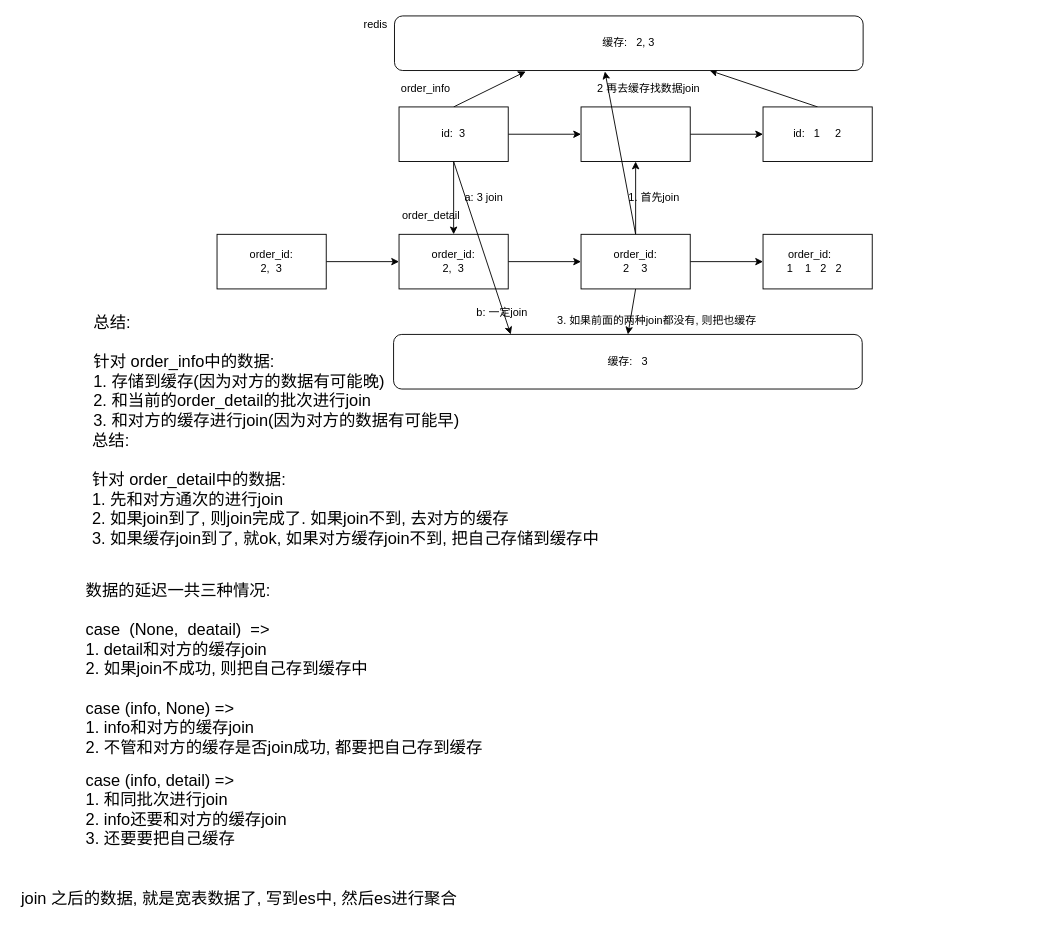
Earlier version of the draw.io diagram page "第 8 页" (8 of 8) of 笔记/绘图.drawio (zhenchao125/gmall1128). Source tidied: cells renumbered, new cells numbered last; positions are measured from the earlier drawing's top-left corner, leaving out a move shared by most shapes. Both pictures are drawn from the tidied source at 91%, with x=0, y=0 at pixel (15, 15).
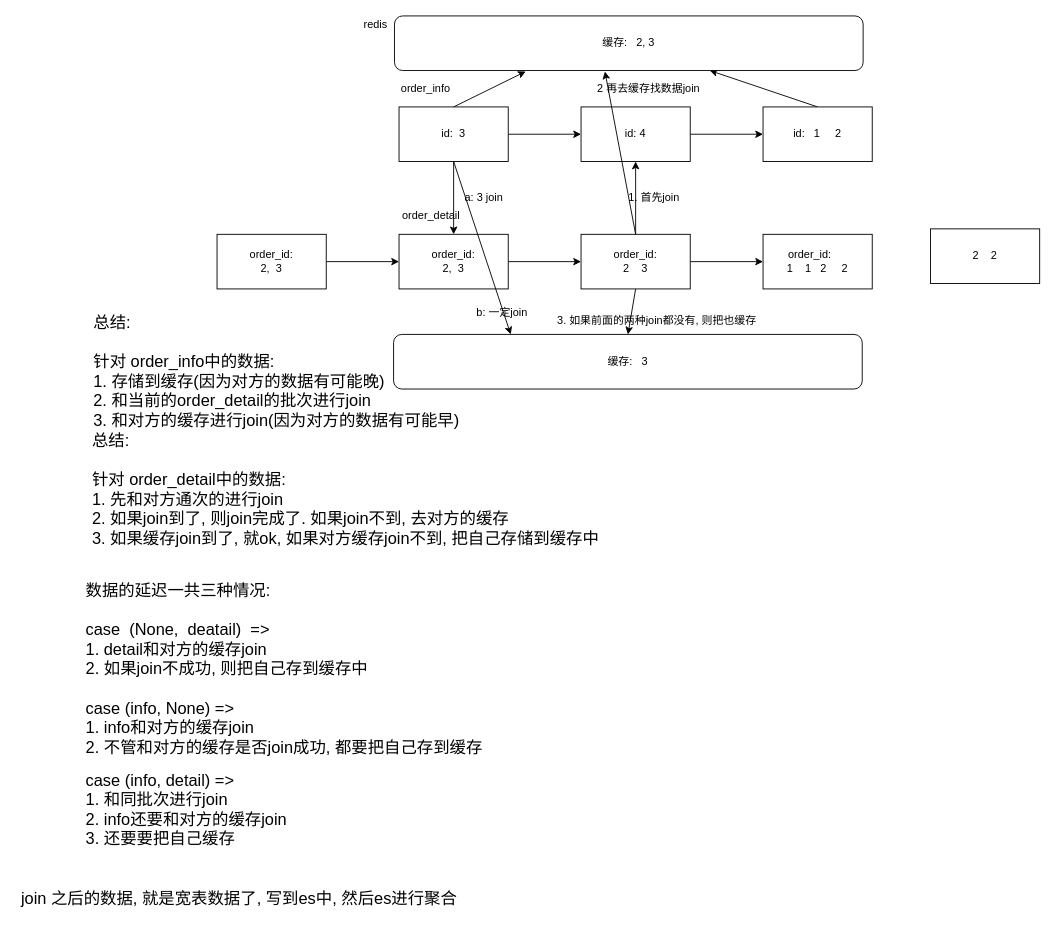
The same page after the edit.

Diff of the diagram source:
```diff
@@
-    <mxCell id="7" style="rounded=0;whiteSpace=wrap;html=1;" parent="1" vertex="1">
+    <mxCell id="7" value="id: 4" style="rounded=0;whiteSpace=wrap;html=1;" parent="1" vertex="1">
       <mxGeometry x="621" y="100" width="120" height="60" as="geometry" />
     </mxCell>
@@
-    <mxCell id="19" value="order_id:&amp;nbsp; &amp;nbsp; &amp;nbsp; &lt;br&gt;1&amp;nbsp; &amp;nbsp; 1&amp;nbsp; &amp;nbsp;2&amp;nbsp; &amp;nbsp;2&amp;nbsp;&amp;nbsp;" style="rounded=0;whiteSpace=wrap;html=1;" parent="1" vertex="1">
+    <mxCell id="19" value="order_id:&amp;nbsp; &amp;nbsp; &amp;nbsp; &lt;br&gt;1&amp;nbsp; &amp;nbsp; 1&amp;nbsp; &amp;nbsp;2&amp;nbsp; &amp;nbsp; &amp;nbsp;2" style="rounded=0;whiteSpace=wrap;html=1;" parent="1" vertex="1">
       <mxGeometry x="821" y="240" width="120" height="60" as="geometry" />
     </mxCell>
@@
+    <mxCell id="35" value="2&amp;nbsp; &amp;nbsp; 2" style="rounded=0;whiteSpace=wrap;html=1;" parent="1" vertex="1">
+      <mxGeometry x="1005" y="234" width="120" height="60" as="geometry" />
+    </mxCell>
```
